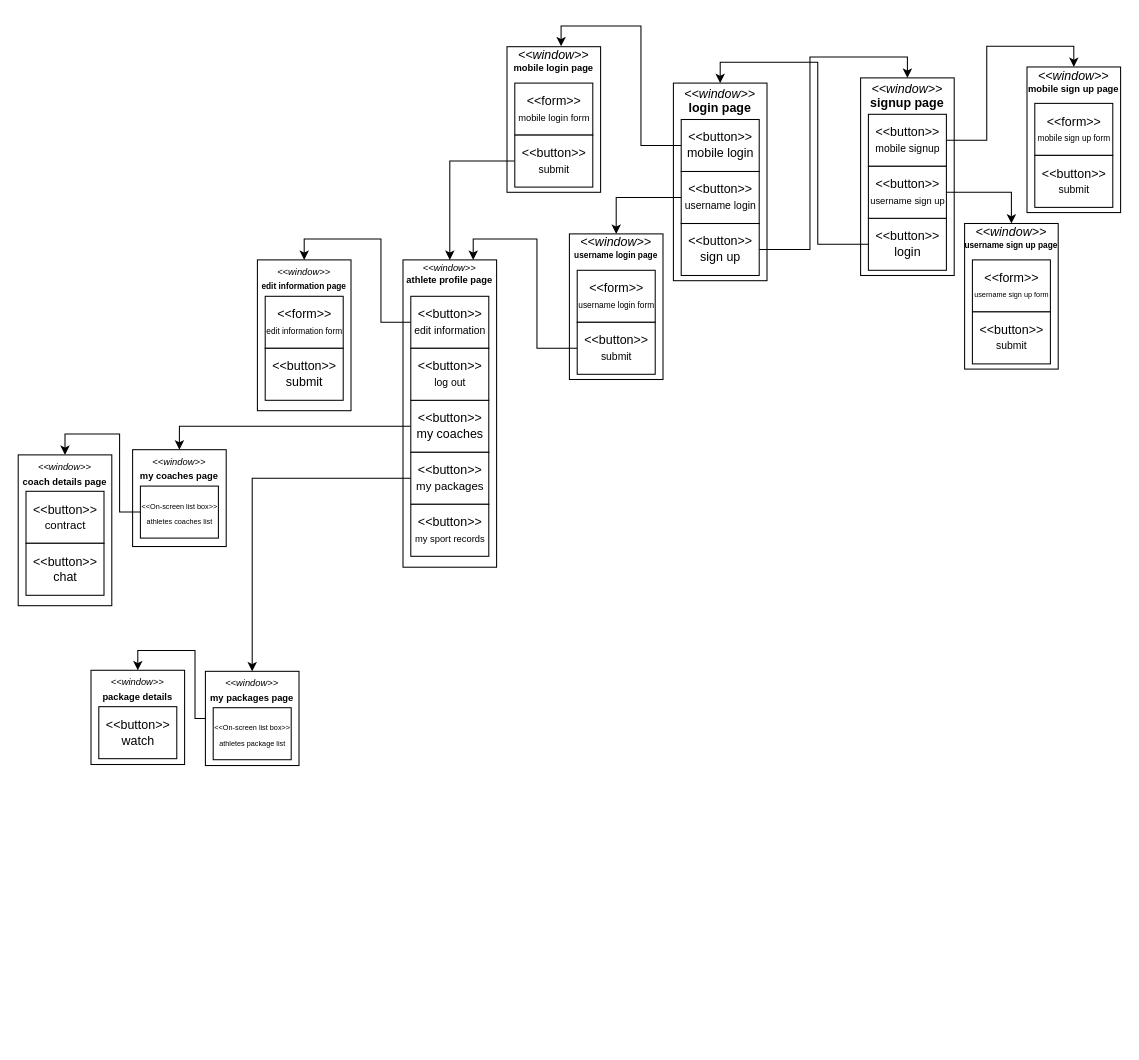
The draw.io diagram Final Presentation/windowNavigationDrawer.drawio in mmohajer9/sama-online-coaching-system, before the edit. Source tidied: cells renumbered, new cells numbered last; positions are measured from the earlier drawing's top-left corner, leaving out a move shared by most shapes. Both pictures are drawn from the tidied source at 104%, with x=0, y=0 at pixel (18, 46).
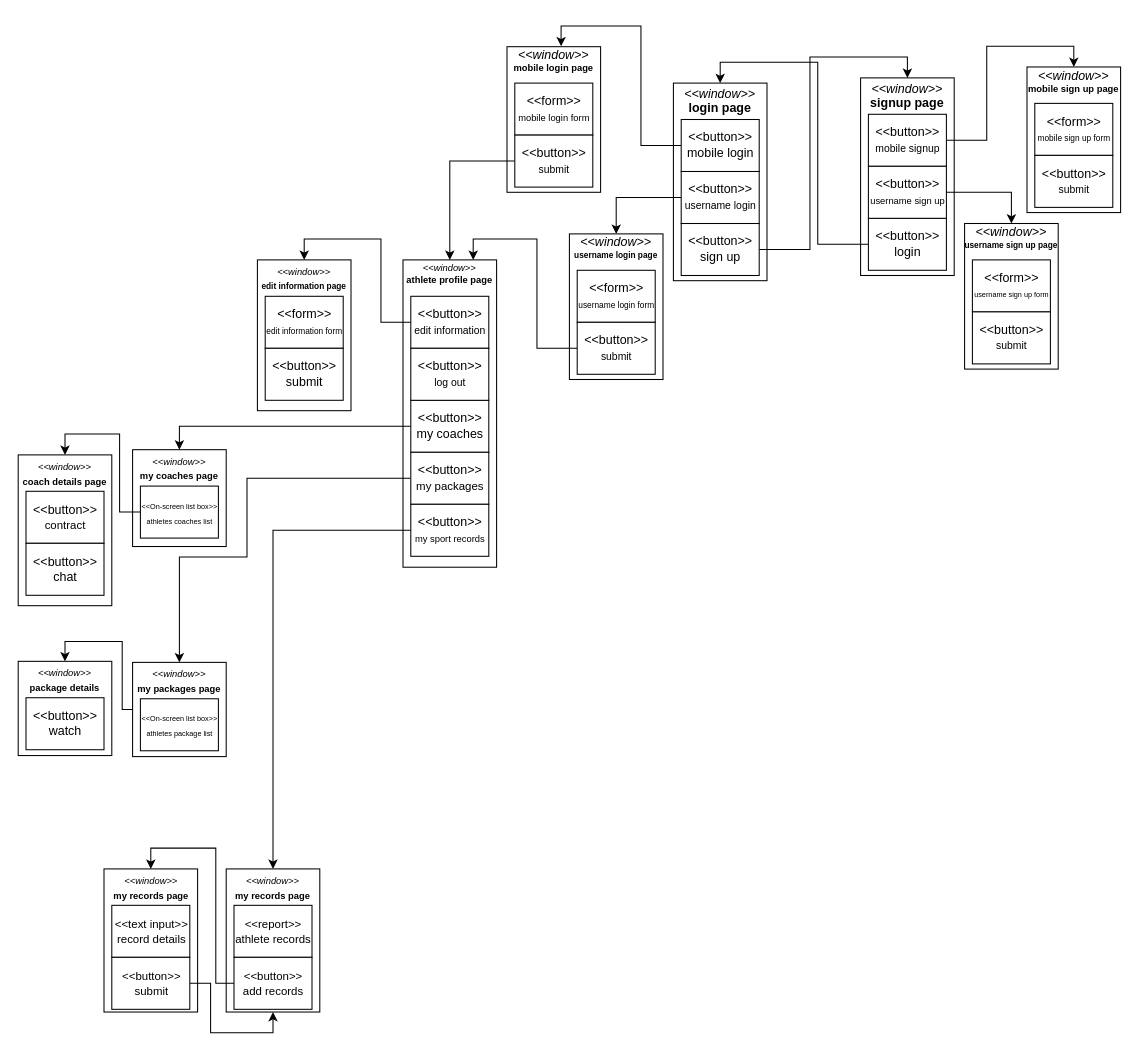
Above is the later version.

Commit message:
athlete records

Unchanged cells that the change refers to:
```xml
<mxCell id="31" value="&amp;lt;&amp;lt;button&amp;gt;&amp;gt;&lt;br&gt;&lt;font style=&quot;font-size: 11px&quot;&gt;my packages&lt;/font&gt;" style="html=1;" parent="1" vertex="1">
  <mxGeometry x="377.5" y="390.4" width="75" height="50" as="geometry" />
</mxCell>
<mxCell id="32" value="&amp;lt;&amp;lt;button&amp;gt;&amp;gt;&lt;br&gt;&lt;font style=&quot;font-size: 9px&quot;&gt;my sport records&lt;/font&gt;" style="html=1;" parent="1" vertex="1">
  <mxGeometry x="377.5" y="440.4" width="75" height="50" as="geometry" />
</mxCell>
```

Change to the diagram source:
```diff
@@
     <mxCell id="30" style="edgeStyle=orthogonalEdgeStyle;rounded=0;jettySize=auto;html=1;exitX=0;exitY=0.5;exitDx=0;exitDy=0;entryX=0.5;entryY=0;entryDx=0;entryDy=0;" parent="1" edge="1" source="31" target="53">
-      <mxGeometry relative="1" as="geometry" />
+      <mxGeometry relative="1" as="geometry">
+        <Array as="points">
+          <mxPoint x="220" y="415" />
+          <mxPoint x="220" y="491" />
+          <mxPoint x="155" y="491" />
+        </Array>
+      </mxGeometry>
     </mxCell>
@@
+    <mxCell id="59" style="edgeStyle=orthogonalEdgeStyle;rounded=0;jettySize=auto;html=1;exitX=0;exitY=0.5;exitDx=0;exitDy=0;entryX=0.5;entryY=0;entryDx=0;entryDy=0;" parent="1" edge="1" source="32" target="61">
+      <mxGeometry relative="1" as="geometry" />
+    </mxCell>
@@
     <mxCell id="52" style="edgeStyle=orthogonalEdgeStyle;rounded=0;jettySize=auto;html=1;exitX=0;exitY=0.5;exitDx=0;exitDy=0;entryX=0.5;entryY=0;entryDx=0;entryDy=0;" parent="1" edge="1" source="53" target="56">
       <mxGeometry relative="1" as="geometry">
         <Array as="points">
-          <mxPoint x="170" y="646" />
-          <mxPoint x="170" y="581" />
-          <mxPoint x="115" y="581" />
+          <mxPoint x="100" y="637.4" />
+          <mxPoint x="100" y="572.4" />
+          <mxPoint x="45" y="572.4" />
         </Array>
       </mxGeometry>
     </mxCell>
     <mxCell id="53" value="&lt;p style=&quot;margin: 4px 0px 0px ; text-align: center&quot;&gt;&lt;i style=&quot;font-size: 9px&quot;&gt;&amp;lt;&amp;lt;window&amp;gt;&amp;gt;&lt;/i&gt;&lt;br&gt;&lt;b&gt;&lt;font style=&quot;font-size: 9px&quot;&gt;my packages page&lt;/font&gt;&lt;/b&gt;&lt;/p&gt;&lt;p style=&quot;margin: 0px 0px 0px 4px ; font-size: 9px&quot;&gt;&lt;br&gt;&lt;/p&gt;" style="verticalAlign=top;align=left;overflow=fill;fontSize=12;fontFamily=Helvetica;html=1;" parent="1" vertex="1">
-      <mxGeometry x="180" y="601" width="90" height="90.6" as="geometry" />
+      <mxGeometry x="110" y="592.4" width="90" height="90.6" as="geometry" />
     </mxCell>
     <mxCell id="54" value="&lt;span style=&quot;font-size: 7px&quot;&gt;&amp;lt;&amp;lt;On-screen list box&amp;gt;&amp;gt;&lt;/span&gt;&lt;br&gt;&lt;font style=&quot;font-size: 7px&quot;&gt;athletes package list&lt;/font&gt;" style="html=1;" parent="1" vertex="1">
-      <mxGeometry x="187.5" y="636" width="75" height="50" as="geometry" />
+      <mxGeometry x="117.5" y="627.4" width="75" height="50" as="geometry" />
     </mxCell>
@@
     <mxCell id="56" value="&lt;p style=&quot;margin: 4px 0px 0px ; text-align: center&quot;&gt;&lt;i style=&quot;font-size: 9px&quot;&gt;&amp;lt;&amp;lt;window&amp;gt;&amp;gt;&lt;/i&gt;&lt;br&gt;&lt;b&gt;&lt;font style=&quot;font-size: 9px&quot;&gt;package details&lt;/font&gt;&lt;/b&gt;&lt;/p&gt;&lt;p style=&quot;margin: 0px 0px 0px 4px ; font-size: 9px&quot;&gt;&lt;br&gt;&lt;/p&gt;" style="verticalAlign=top;align=left;overflow=fill;fontSize=12;fontFamily=Helvetica;html=1;" parent="1" vertex="1">
-      <mxGeometry x="70" y="600" width="90" height="90.6" as="geometry" />
+      <mxGeometry y="591.4" width="90" height="90.6" as="geometry" />
     </mxCell>
     <mxCell id="57" value="&lt;font style=&quot;font-size: 12px&quot;&gt;&amp;lt;&amp;lt;button&amp;gt;&amp;gt;&lt;/font&gt;&lt;br&gt;&lt;font style=&quot;font-size: 12px&quot;&gt;watch&lt;/font&gt;" style="html=1;" parent="1" vertex="1">
-      <mxGeometry x="77.5" y="635" width="75" height="50" as="geometry" />
+      <mxGeometry x="7.5" y="626.4" width="75" height="50" as="geometry" />
     </mxCell>
@@
+    <mxCell id="60" style="edgeStyle=orthogonalEdgeStyle;rounded=0;orthogonalLoop=1;jettySize=auto;html=1;exitX=0.5;exitY=1;exitDx=0;exitDy=0;" parent="1" edge="1" source="61" target="61">
+      <mxGeometry relative="1" as="geometry" />
+    </mxCell>
+    <mxCell id="61" value="&lt;p style=&quot;margin: 4px 0px 0px ; text-align: center&quot;&gt;&lt;i style=&quot;font-size: 9px&quot;&gt;&amp;lt;&amp;lt;window&amp;gt;&amp;gt;&lt;/i&gt;&lt;br&gt;&lt;b&gt;&lt;font style=&quot;font-size: 9px&quot;&gt;my records page&lt;/font&gt;&lt;/b&gt;&lt;/p&gt;&lt;p style=&quot;margin: 0px 0px 0px 4px ; font-size: 9px&quot;&gt;&lt;br&gt;&lt;/p&gt;" style="verticalAlign=top;align=left;overflow=fill;fontSize=12;fontFamily=Helvetica;html=1;" parent="1" vertex="1">
+      <mxGeometry x="200" y="791" width="90" height="137.6" as="geometry" />
+    </mxCell>
+    <mxCell id="62" value="&lt;font style=&quot;font-size: 11px&quot;&gt;&amp;lt;&amp;lt;report&amp;gt;&amp;gt;&lt;br&gt;&lt;font style=&quot;font-size: 11px&quot;&gt;athlete records&lt;/font&gt;&lt;/font&gt;" style="html=1;" parent="1" vertex="1">
+      <mxGeometry x="207.5" y="826" width="75" height="50" as="geometry" />
+    </mxCell>
+    <mxCell id="63" style="edgeStyle=orthogonalEdgeStyle;rounded=0;jettySize=auto;html=1;entryX=0.5;entryY=0;entryDx=0;entryDy=0;" parent="1" edge="1" source="64" target="68">
+      <mxGeometry relative="1" as="geometry">
+        <Array as="points">
+          <mxPoint x="190" y="901" />
+          <mxPoint x="190" y="771" />
+          <mxPoint x="128" y="771" />
+        </Array>
+      </mxGeometry>
+    </mxCell>
+    <mxCell id="64" value="&lt;font style=&quot;font-size: 11px&quot;&gt;&amp;lt;&amp;lt;button&amp;gt;&amp;gt;&lt;br&gt;&lt;font style=&quot;font-size: 11px&quot;&gt;add records&lt;/font&gt;&lt;/font&gt;" style="html=1;" parent="1" vertex="1">
+      <mxGeometry x="207.5" y="876" width="75" height="50" as="geometry" />
+    </mxCell>
+    <mxCell id="65" style="edgeStyle=orthogonalEdgeStyle;rounded=0;orthogonalLoop=1;jettySize=auto;html=1;exitX=0.5;exitY=1;exitDx=0;exitDy=0;" parent="1" edge="1" source="61" target="61">
+      <mxGeometry relative="1" as="geometry" />
+    </mxCell>
+    <mxCell id="66" style="edgeStyle=orthogonalEdgeStyle;rounded=0;orthogonalLoop=1;jettySize=auto;html=1;exitX=0.5;exitY=1;exitDx=0;exitDy=0;" parent="1" edge="1" source="68" target="68">
+      <mxGeometry relative="1" as="geometry" />
+    </mxCell>
+    <mxCell id="67" style="edgeStyle=orthogonalEdgeStyle;rounded=0;orthogonalLoop=1;jettySize=auto;html=1;exitX=0.5;exitY=1;exitDx=0;exitDy=0;" parent="1" edge="1" source="68" target="68">
+      <mxGeometry relative="1" as="geometry" />
+    </mxCell>
+    <mxCell id="68" value="&lt;p style=&quot;margin: 4px 0px 0px ; text-align: center&quot;&gt;&lt;i style=&quot;font-size: 9px&quot;&gt;&amp;lt;&amp;lt;window&amp;gt;&amp;gt;&lt;/i&gt;&lt;br&gt;&lt;b&gt;&lt;font style=&quot;font-size: 9px&quot;&gt;my records page&lt;/font&gt;&lt;/b&gt;&lt;/p&gt;&lt;p style=&quot;margin: 0px 0px 0px 4px ; font-size: 9px&quot;&gt;&lt;br&gt;&lt;/p&gt;" style="verticalAlign=top;align=left;overflow=fill;fontSize=12;fontFamily=Helvetica;html=1;" parent="1" vertex="1">
+      <mxGeometry x="82.5" y="791" width="90" height="137.6" as="geometry" />
+    </mxCell>
+    <mxCell id="69" value="&lt;font style=&quot;font-size: 11px&quot;&gt;&amp;lt;&amp;lt;text input&amp;gt;&amp;gt;&lt;br&gt;record details&lt;br&gt;&lt;/font&gt;" style="html=1;" parent="1" vertex="1">
+      <mxGeometry x="90" y="826" width="75" height="50" as="geometry" />
+    </mxCell>
+    <mxCell id="70" style="edgeStyle=orthogonalEdgeStyle;rounded=0;jettySize=auto;html=1;exitX=1;exitY=0.5;exitDx=0;exitDy=0;entryX=0.5;entryY=1;entryDx=0;entryDy=0;" parent="1" edge="1" source="71" target="61">
+      <mxGeometry relative="1" as="geometry" />
+    </mxCell>
+    <mxCell id="71" value="&lt;font style=&quot;font-size: 11px&quot;&gt;&amp;lt;&amp;lt;button&amp;gt;&amp;gt;&lt;br&gt;submit&lt;br&gt;&lt;/font&gt;" style="html=1;" parent="1" vertex="1">
+      <mxGeometry x="90" y="876" width="75" height="50" as="geometry" />
+    </mxCell>
```
